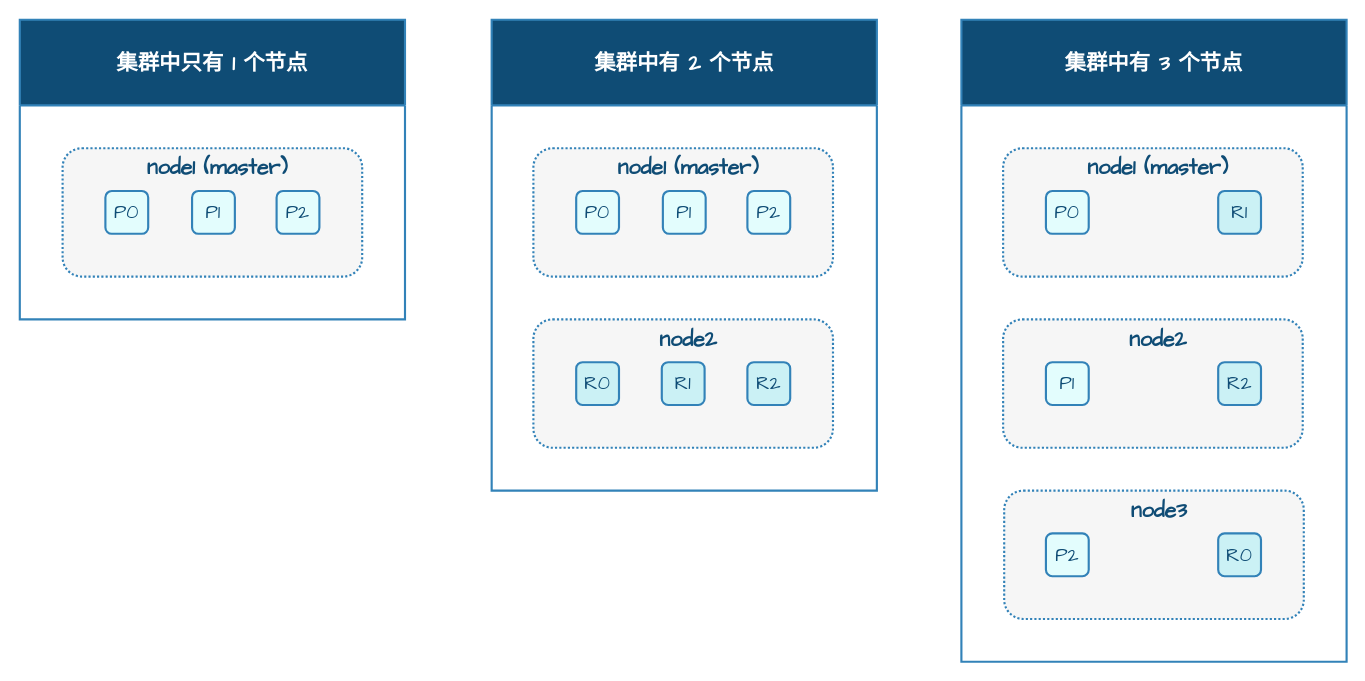
Before: page "集群增加节点" (2 of 6) of assets/数据库/搜索引擎数据库/Elasticsearch.drawio in dunwu/waterdrop, a draw.io diagram. Source tidied: cells renumbered, new cells numbered last; positions are measured from the earlier drawing's top-left corner, leaving out a move shared by most shapes. Both pictures are drawn from the tidied source at 107%, with x=0, y=0 at pixel (19, 19).
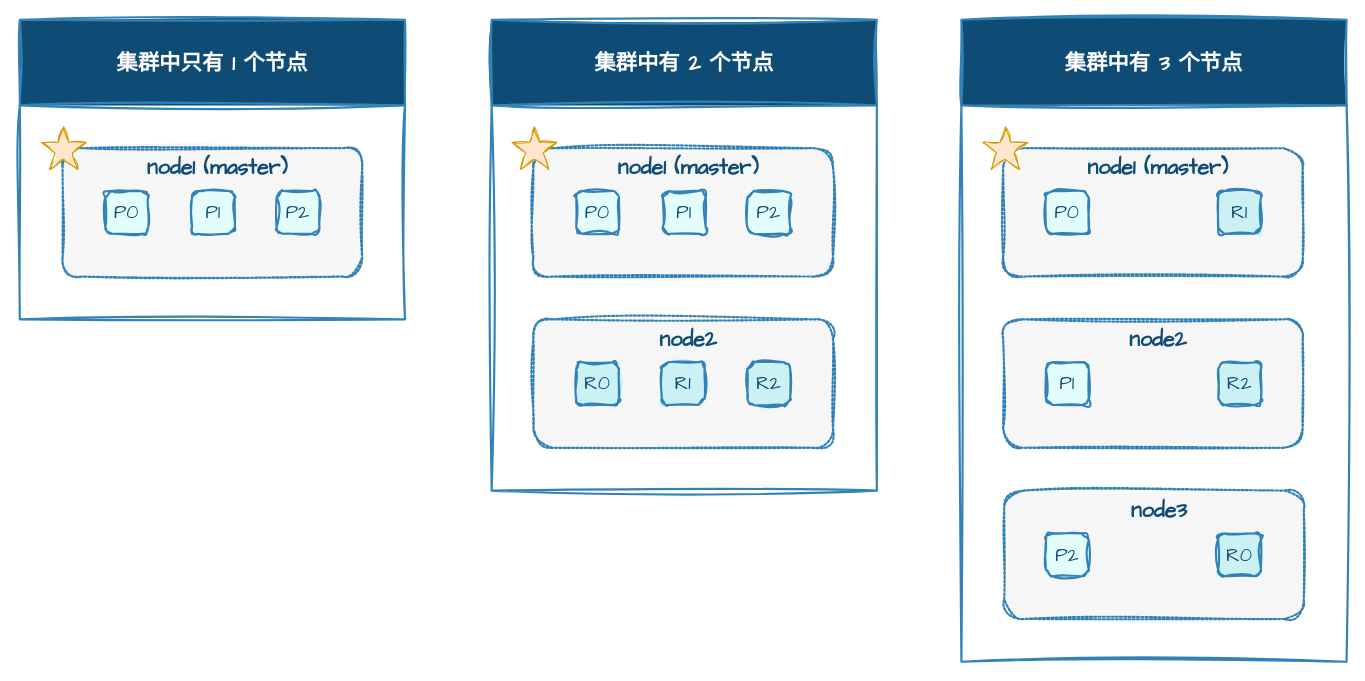
Above is the later version.

Change to the diagram source:
```diff
@@
-    <mxCell id="2" value="node2" style="rounded=1;whiteSpace=wrap;html=1;strokeColor=#3282B8;fillColor=#F6F6F6;fontFamily=Comic Sans MS;fontStyle=1;fontColor=#0F4C75;shadow=0;fontSize=20;strokeWidth=2;dashed=1;dashPattern=1 1;align=center;verticalAlign=top;spacingLeft=10;" parent="1" vertex="1">
+    <mxCell id="2" value="node2" style="rounded=1;whiteSpace=wrap;html=1;strokeColor=#3282B8;fillColor=#F6F6F6;fontFamily=Comic Sans MS;fontStyle=1;fontColor=#0F4C75;shadow=0;fontSize=20;strokeWidth=2;dashed=1;dashPattern=1 1;align=center;verticalAlign=top;spacingLeft=10;sketch=1;curveFitting=1;jiggle=2;fillStyle=solid;" parent="1" vertex="1">
       <mxGeometry x="480" y="280" width="280" height="120" as="geometry" />
     </mxCell>
-    <mxCell id="3" value="R0" style="rounded=1;whiteSpace=wrap;html=1;shadow=0;strokeColor=#3282B8;strokeWidth=2;align=center;verticalAlign=middle;spacing=20;fontFamily=Comic Sans MS;fontSize=18;fontColor=#0F4C75;fillColor=#CBF1F5;" parent="1" vertex="1">
+    <mxCell id="3" value="R0" style="rounded=1;whiteSpace=wrap;html=1;shadow=0;strokeColor=#3282B8;strokeWidth=2;align=center;verticalAlign=middle;spacing=20;fontFamily=Comic Sans MS;fontSize=18;fontColor=#0F4C75;fillColor=#CBF1F5;sketch=1;curveFitting=1;jiggle=2;fillStyle=solid;" parent="1" vertex="1">
       <mxGeometry x="520" y="320" width="40" height="40" as="geometry" />
     </mxCell>
-    <mxCell id="4" value="集群中只有 1 个节点" style="swimlane;whiteSpace=wrap;html=1;rounded=0;shadow=0;strokeColor=#3282B8;strokeWidth=2;align=center;verticalAlign=middle;fontFamily=Comic Sans MS;fontSize=20;fontColor=#FFFFFF;fillColor=#0F4C75;startSize=80;fontStyle=1;swimlaneFillColor=none;swimlaneLine=1;" parent="1" vertex="1">
+    <mxCell id="4" value="集群中只有 1 个节点" style="swimlane;whiteSpace=wrap;html=1;rounded=0;shadow=0;strokeColor=#3282B8;strokeWidth=2;align=center;verticalAlign=middle;fontFamily=Comic Sans MS;fontSize=20;fontColor=#FFFFFF;fillColor=#0F4C75;startSize=80;fontStyle=1;swimlaneFillColor=none;swimlaneLine=1;sketch=1;curveFitting=1;jiggle=2;fillStyle=solid;" parent="1" vertex="1">
       <mxGeometry width="360" height="280" as="geometry" />
     </mxCell>
-    <mxCell id="5" value="node1 (master)" style="rounded=1;whiteSpace=wrap;html=1;strokeColor=#3282B8;fillColor=#F6F6F6;fontFamily=Comic Sans MS;fontStyle=1;fontColor=#0F4C75;shadow=0;fontSize=20;strokeWidth=2;dashed=1;dashPattern=1 1;align=center;verticalAlign=top;spacingLeft=10;" parent="4" vertex="1">
+    <mxCell id="5" value="node1 (master)" style="rounded=1;whiteSpace=wrap;html=1;strokeColor=#3282B8;fillColor=#F6F6F6;fontFamily=Comic Sans MS;fontStyle=1;fontColor=#0F4C75;shadow=0;fontSize=20;strokeWidth=2;dashed=1;dashPattern=1 1;align=center;verticalAlign=top;spacingLeft=10;sketch=1;curveFitting=1;jiggle=2;fillStyle=solid;" parent="4" vertex="1">
       <mxGeometry x="40" y="120" width="280" height="120" as="geometry" />
     </mxCell>
-    <mxCell id="6" value="P0" style="rounded=1;whiteSpace=wrap;html=1;shadow=0;strokeColor=#3282B8;strokeWidth=2;align=center;verticalAlign=middle;spacing=20;fontFamily=Comic Sans MS;fontSize=18;fontColor=#0F4C75;fillColor=#E3FDFD;" parent="4" vertex="1">
+    <mxCell id="6" value="P0" style="rounded=1;whiteSpace=wrap;html=1;shadow=0;strokeColor=#3282B8;strokeWidth=2;align=center;verticalAlign=middle;spacing=20;fontFamily=Comic Sans MS;fontSize=18;fontColor=#0F4C75;fillColor=#E3FDFD;sketch=1;curveFitting=1;jiggle=2;fillStyle=solid;" parent="4" vertex="1">
       <mxGeometry x="80" y="160" width="40" height="40" as="geometry" />
     </mxCell>
-    <mxCell id="7" value="P1" style="rounded=1;whiteSpace=wrap;html=1;shadow=0;strokeColor=#3282B8;strokeWidth=2;align=center;verticalAlign=middle;spacing=20;fontFamily=Comic Sans MS;fontSize=18;fontColor=#0F4C75;fillColor=#E3FDFD;" parent="4" vertex="1">
+    <mxCell id="7" value="P1" style="rounded=1;whiteSpace=wrap;html=1;shadow=0;strokeColor=#3282B8;strokeWidth=2;align=center;verticalAlign=middle;spacing=20;fontFamily=Comic Sans MS;fontSize=18;fontColor=#0F4C75;fillColor=#E3FDFD;sketch=1;curveFitting=1;jiggle=2;fillStyle=solid;" parent="4" vertex="1">
       <mxGeometry x="161" y="160" width="40" height="40" as="geometry" />
     </mxCell>
-    <mxCell id="8" value="P2" style="rounded=1;whiteSpace=wrap;html=1;shadow=0;strokeColor=#3282B8;strokeWidth=2;align=center;verticalAlign=middle;spacing=20;fontFamily=Comic Sans MS;fontSize=18;fontColor=#0F4C75;fillColor=#E3FDFD;" parent="4" vertex="1">
+    <mxCell id="8" value="P2" style="rounded=1;whiteSpace=wrap;html=1;shadow=0;strokeColor=#3282B8;strokeWidth=2;align=center;verticalAlign=middle;spacing=20;fontFamily=Comic Sans MS;fontSize=18;fontColor=#0F4C75;fillColor=#E3FDFD;sketch=1;curveFitting=1;jiggle=2;fillStyle=solid;" parent="4" vertex="1">
       <mxGeometry x="240" y="160" width="40" height="40" as="geometry" />
     </mxCell>
+    <mxCell id="26" style="verticalLabelPosition=bottom;verticalAlign=top;html=1;shape=mxgraph.basic.star;sketch=1;hachureGap=4;jiggle=2;curveFitting=1;fontFamily=Architects Daughter;fillStyle=solid;fillColor=#ffe6cc;strokeColor=#d79b00;" parent="4" vertex="1">
+      <mxGeometry x="20" y="100" width="42.1" height="40" as="geometry" />
+    </mxCell>
-    <mxCell id="9" value="node1 (master)" style="rounded=1;whiteSpace=wrap;html=1;strokeColor=#3282B8;fillColor=#F6F6F6;fontFamily=Comic Sans MS;fontStyle=1;fontColor=#0F4C75;shadow=0;fontSize=20;strokeWidth=2;dashed=1;dashPattern=1 1;align=center;verticalAlign=top;spacingLeft=10;" parent="1" vertex="1">
+    <mxCell id="9" value="node1 (master)" style="rounded=1;whiteSpace=wrap;html=1;strokeColor=#3282B8;fillColor=#F6F6F6;fontFamily=Comic Sans MS;fontStyle=1;fontColor=#0F4C75;shadow=0;fontSize=20;strokeWidth=2;dashed=1;dashPattern=1 1;align=center;verticalAlign=top;spacingLeft=10;sketch=1;curveFitting=1;jiggle=2;fillStyle=solid;" parent="1" vertex="1">
       <mxGeometry x="480" y="120" width="280" height="120" as="geometry" />
     </mxCell>
-    <mxCell id="10" value="P0" style="rounded=1;whiteSpace=wrap;html=1;shadow=0;strokeColor=#3282B8;strokeWidth=2;align=center;verticalAlign=middle;spacing=20;fontFamily=Comic Sans MS;fontSize=18;fontColor=#0F4C75;fillColor=#E3FDFD;" parent="1" vertex="1">
+    <mxCell id="10" value="P0" style="rounded=1;whiteSpace=wrap;html=1;shadow=0;strokeColor=#3282B8;strokeWidth=2;align=center;verticalAlign=middle;spacing=20;fontFamily=Comic Sans MS;fontSize=18;fontColor=#0F4C75;fillColor=#E3FDFD;sketch=1;curveFitting=1;jiggle=2;fillStyle=solid;" parent="1" vertex="1">
       <mxGeometry x="520" y="160" width="40" height="40" as="geometry" />
     </mxCell>
-    <mxCell id="11" value="P1" style="rounded=1;whiteSpace=wrap;html=1;shadow=0;strokeColor=#3282B8;strokeWidth=2;align=center;verticalAlign=middle;spacing=20;fontFamily=Comic Sans MS;fontSize=18;fontColor=#0F4C75;fillColor=#E3FDFD;" parent="1" vertex="1">
+    <mxCell id="11" value="P1" style="rounded=1;whiteSpace=wrap;html=1;shadow=0;strokeColor=#3282B8;strokeWidth=2;align=center;verticalAlign=middle;spacing=20;fontFamily=Comic Sans MS;fontSize=18;fontColor=#0F4C75;fillColor=#E3FDFD;sketch=1;curveFitting=1;jiggle=2;fillStyle=solid;" parent="1" vertex="1">
       <mxGeometry x="601" y="160" width="40" height="40" as="geometry" />
     </mxCell>
-    <mxCell id="12" value="P2" style="rounded=1;whiteSpace=wrap;html=1;shadow=0;strokeColor=#3282B8;strokeWidth=2;align=center;verticalAlign=middle;spacing=20;fontFamily=Comic Sans MS;fontSize=18;fontColor=#0F4C75;fillColor=#E3FDFD;" parent="1" vertex="1">
+    <mxCell id="12" value="P2" style="rounded=1;whiteSpace=wrap;html=1;shadow=0;strokeColor=#3282B8;strokeWidth=2;align=center;verticalAlign=middle;spacing=20;fontFamily=Comic Sans MS;fontSize=18;fontColor=#0F4C75;fillColor=#E3FDFD;sketch=1;curveFitting=1;jiggle=2;fillStyle=solid;" parent="1" vertex="1">
       <mxGeometry x="680" y="160" width="40" height="40" as="geometry" />
     </mxCell>
-    <mxCell id="13" value="R1" style="rounded=1;whiteSpace=wrap;html=1;shadow=0;strokeColor=#3282B8;strokeWidth=2;align=center;verticalAlign=middle;spacing=20;fontFamily=Comic Sans MS;fontSize=18;fontColor=#0F4C75;fillColor=#CBF1F5;" parent="1" vertex="1">
+    <mxCell id="13" value="R1" style="rounded=1;whiteSpace=wrap;html=1;shadow=0;strokeColor=#3282B8;strokeWidth=2;align=center;verticalAlign=middle;spacing=20;fontFamily=Comic Sans MS;fontSize=18;fontColor=#0F4C75;fillColor=#CBF1F5;sketch=1;curveFitting=1;jiggle=2;fillStyle=solid;" parent="1" vertex="1">
       <mxGeometry x="600" y="320" width="40" height="40" as="geometry" />
     </mxCell>
-    <mxCell id="14" value="R2" style="rounded=1;whiteSpace=wrap;html=1;shadow=0;strokeColor=#3282B8;strokeWidth=2;align=center;verticalAlign=middle;spacing=20;fontFamily=Comic Sans MS;fontSize=18;fontColor=#0F4C75;fillColor=#CBF1F5;" parent="1" vertex="1">
+    <mxCell id="14" value="R2" style="rounded=1;whiteSpace=wrap;html=1;shadow=0;strokeColor=#3282B8;strokeWidth=2;align=center;verticalAlign=middle;spacing=20;fontFamily=Comic Sans MS;fontSize=18;fontColor=#0F4C75;fillColor=#CBF1F5;sketch=1;curveFitting=1;jiggle=2;fillStyle=solid;" parent="1" vertex="1">
       <mxGeometry x="680" y="320" width="40" height="40" as="geometry" />
     </mxCell>
-    <mxCell id="15" value="集群中有 2 个节点" style="swimlane;whiteSpace=wrap;html=1;rounded=0;shadow=0;strokeColor=#3282B8;strokeWidth=2;align=center;verticalAlign=middle;fontFamily=Comic Sans MS;fontSize=20;fontColor=#FFFFFF;fillColor=#0F4C75;startSize=80;fontStyle=1;swimlaneFillColor=none;swimlaneLine=1;" parent="1" vertex="1">
+    <mxCell id="15" value="集群中有 2 个节点" style="swimlane;whiteSpace=wrap;html=1;rounded=0;shadow=0;strokeColor=#3282B8;strokeWidth=2;align=center;verticalAlign=middle;fontFamily=Comic Sans MS;fontSize=20;fontColor=#FFFFFF;fillColor=#0F4C75;startSize=80;fontStyle=1;swimlaneFillColor=none;swimlaneLine=1;sketch=1;curveFitting=1;jiggle=2;fillStyle=solid;" parent="1" vertex="1">
       <mxGeometry x="441" width="360" height="440" as="geometry" />
     </mxCell>
+    <mxCell id="27" style="verticalLabelPosition=bottom;verticalAlign=top;html=1;shape=mxgraph.basic.star;sketch=1;hachureGap=4;jiggle=2;curveFitting=1;fontFamily=Architects Daughter;fillStyle=solid;fillColor=#ffe6cc;strokeColor=#d79b00;" parent="15" vertex="1">
+      <mxGeometry x="19" y="100" width="42.1" height="40" as="geometry" />
+    </mxCell>
-    <mxCell id="16" value="node2" style="rounded=1;whiteSpace=wrap;html=1;strokeColor=#3282B8;fillColor=#F6F6F6;fontFamily=Comic Sans MS;fontStyle=1;fontColor=#0F4C75;shadow=0;fontSize=20;strokeWidth=2;dashed=1;dashPattern=1 1;align=center;verticalAlign=top;spacingLeft=10;" parent="1" vertex="1">
+    <mxCell id="16" value="node2" style="rounded=1;whiteSpace=wrap;html=1;strokeColor=#3282B8;fillColor=#F6F6F6;fontFamily=Comic Sans MS;fontStyle=1;fontColor=#0F4C75;shadow=0;fontSize=20;strokeWidth=2;dashed=1;dashPattern=1 1;align=center;verticalAlign=top;spacingLeft=10;sketch=1;curveFitting=1;jiggle=2;fillStyle=solid;" parent="1" vertex="1">
       <mxGeometry x="919" y="280" width="280" height="120" as="geometry" />
     </mxCell>
-    <mxCell id="17" value="node1 (master)" style="rounded=1;whiteSpace=wrap;html=1;strokeColor=#3282B8;fillColor=#F6F6F6;fontFamily=Comic Sans MS;fontStyle=1;fontColor=#0F4C75;shadow=0;fontSize=20;strokeWidth=2;dashed=1;dashPattern=1 1;align=center;verticalAlign=top;spacingLeft=10;" parent="1" vertex="1">
+    <mxCell id="17" value="node1 (master)" style="rounded=1;whiteSpace=wrap;html=1;strokeColor=#3282B8;fillColor=#F6F6F6;fontFamily=Comic Sans MS;fontStyle=1;fontColor=#0F4C75;shadow=0;fontSize=20;strokeWidth=2;dashed=1;dashPattern=1 1;align=center;verticalAlign=top;spacingLeft=10;sketch=1;curveFitting=1;jiggle=2;fillStyle=solid;" parent="1" vertex="1">
       <mxGeometry x="919" y="120" width="280" height="120" as="geometry" />
     </mxCell>
-    <mxCell id="18" value="P0" style="rounded=1;whiteSpace=wrap;html=1;shadow=0;strokeColor=#3282B8;strokeWidth=2;align=center;verticalAlign=middle;spacing=20;fontFamily=Comic Sans MS;fontSize=18;fontColor=#0F4C75;fillColor=#E3FDFD;" parent="1" vertex="1">
+    <mxCell id="18" value="P0" style="rounded=1;whiteSpace=wrap;html=1;shadow=0;strokeColor=#3282B8;strokeWidth=2;align=center;verticalAlign=middle;spacing=20;fontFamily=Comic Sans MS;fontSize=18;fontColor=#0F4C75;fillColor=#E3FDFD;sketch=1;curveFitting=1;jiggle=2;fillStyle=solid;" parent="1" vertex="1">
       <mxGeometry x="959" y="160" width="40" height="40" as="geometry" />
     </mxCell>
-    <mxCell id="19" value="集群中有 3 个节点" style="swimlane;whiteSpace=wrap;html=1;rounded=0;shadow=0;strokeColor=#3282B8;strokeWidth=2;align=center;verticalAlign=middle;fontFamily=Comic Sans MS;fontSize=20;fontColor=#FFFFFF;fillColor=#0F4C75;startSize=80;fontStyle=1;swimlaneFillColor=none;swimlaneLine=1;" parent="1" vertex="1">
+    <mxCell id="19" value="集群中有 3 个节点" style="swimlane;whiteSpace=wrap;html=1;rounded=0;shadow=0;strokeColor=#3282B8;strokeWidth=2;align=center;verticalAlign=middle;fontFamily=Comic Sans MS;fontSize=20;fontColor=#FFFFFF;fillColor=#0F4C75;startSize=80;fontStyle=1;swimlaneFillColor=none;swimlaneLine=1;sketch=1;curveFitting=1;jiggle=2;fillStyle=solid;" parent="1" vertex="1">
       <mxGeometry x="880" width="360" height="600" as="geometry" />
     </mxCell>
-    <mxCell id="20" value="node3" style="rounded=1;whiteSpace=wrap;html=1;strokeColor=#3282B8;fillColor=#F6F6F6;fontFamily=Comic Sans MS;fontStyle=1;fontColor=#0F4C75;shadow=0;fontSize=20;strokeWidth=2;dashed=1;dashPattern=1 1;align=center;verticalAlign=top;spacingLeft=10;" parent="19" vertex="1">
+    <mxCell id="20" value="node3" style="rounded=1;whiteSpace=wrap;html=1;strokeColor=#3282B8;fillColor=#F6F6F6;fontFamily=Comic Sans MS;fontStyle=1;fontColor=#0F4C75;shadow=0;fontSize=20;strokeWidth=2;dashed=1;dashPattern=1 1;align=center;verticalAlign=top;spacingLeft=10;sketch=1;curveFitting=1;jiggle=2;fillStyle=solid;" parent="19" vertex="1">
       <mxGeometry x="40" y="440" width="280" height="120" as="geometry" />
     </mxCell>
-    <mxCell id="21" value="P1" style="rounded=1;whiteSpace=wrap;html=1;shadow=0;strokeColor=#3282B8;strokeWidth=2;align=center;verticalAlign=middle;spacing=20;fontFamily=Comic Sans MS;fontSize=18;fontColor=#0F4C75;fillColor=#E3FDFD;" parent="19" vertex="1">
+    <mxCell id="21" value="P1" style="rounded=1;whiteSpace=wrap;html=1;shadow=0;strokeColor=#3282B8;strokeWidth=2;align=center;verticalAlign=middle;spacing=20;fontFamily=Comic Sans MS;fontSize=18;fontColor=#0F4C75;fillColor=#E3FDFD;sketch=1;curveFitting=1;jiggle=2;fillStyle=solid;" parent="19" vertex="1">
       <mxGeometry x="79" y="320" width="40" height="40" as="geometry" />
     </mxCell>
-    <mxCell id="22" value="P2" style="rounded=1;whiteSpace=wrap;html=1;shadow=0;strokeColor=#3282B8;strokeWidth=2;align=center;verticalAlign=middle;spacing=20;fontFamily=Comic Sans MS;fontSize=18;fontColor=#0F4C75;fillColor=#E3FDFD;" parent="19" vertex="1">
+    <mxCell id="22" value="P2" style="rounded=1;whiteSpace=wrap;html=1;shadow=0;strokeColor=#3282B8;strokeWidth=2;align=center;verticalAlign=middle;spacing=20;fontFamily=Comic Sans MS;fontSize=18;fontColor=#0F4C75;fillColor=#E3FDFD;sketch=1;curveFitting=1;jiggle=2;fillStyle=solid;" parent="19" vertex="1">
       <mxGeometry x="79" y="480" width="40" height="40" as="geometry" />
     </mxCell>
-    <mxCell id="23" value="R1" style="rounded=1;whiteSpace=wrap;html=1;shadow=0;strokeColor=#3282B8;strokeWidth=2;align=center;verticalAlign=middle;spacing=20;fontFamily=Comic Sans MS;fontSize=18;fontColor=#0F4C75;fillColor=#CBF1F5;" parent="19" vertex="1">
+    <mxCell id="23" value="R1" style="rounded=1;whiteSpace=wrap;html=1;shadow=0;strokeColor=#3282B8;strokeWidth=2;align=center;verticalAlign=middle;spacing=20;fontFamily=Comic Sans MS;fontSize=18;fontColor=#0F4C75;fillColor=#CBF1F5;sketch=1;curveFitting=1;jiggle=2;fillStyle=solid;" parent="19" vertex="1">
       <mxGeometry x="240" y="160" width="40" height="40" as="geometry" />
     </mxCell>
-    <mxCell id="24" value="R2" style="rounded=1;whiteSpace=wrap;html=1;shadow=0;strokeColor=#3282B8;strokeWidth=2;align=center;verticalAlign=middle;spacing=20;fontFamily=Comic Sans MS;fontSize=18;fontColor=#0F4C75;fillColor=#CBF1F5;" parent="19" vertex="1">
+    <mxCell id="24" value="R2" style="rounded=1;whiteSpace=wrap;html=1;shadow=0;strokeColor=#3282B8;strokeWidth=2;align=center;verticalAlign=middle;spacing=20;fontFamily=Comic Sans MS;fontSize=18;fontColor=#0F4C75;fillColor=#CBF1F5;sketch=1;curveFitting=1;jiggle=2;fillStyle=solid;" parent="19" vertex="1">
       <mxGeometry x="240" y="320" width="40" height="40" as="geometry" />
     </mxCell>
-    <mxCell id="25" value="R0" style="rounded=1;whiteSpace=wrap;html=1;shadow=0;strokeColor=#3282B8;strokeWidth=2;align=center;verticalAlign=middle;spacing=20;fontFamily=Comic Sans MS;fontSize=18;fontColor=#0F4C75;fillColor=#CBF1F5;" parent="19" vertex="1">
+    <mxCell id="25" value="R0" style="rounded=1;whiteSpace=wrap;html=1;shadow=0;strokeColor=#3282B8;strokeWidth=2;align=center;verticalAlign=middle;spacing=20;fontFamily=Comic Sans MS;fontSize=18;fontColor=#0F4C75;fillColor=#CBF1F5;sketch=1;curveFitting=1;jiggle=2;fillStyle=solid;" parent="19" vertex="1">
       <mxGeometry x="240" y="480" width="40" height="40" as="geometry" />
     </mxCell>
+    <mxCell id="28" style="verticalLabelPosition=bottom;verticalAlign=top;html=1;shape=mxgraph.basic.star;sketch=1;hachureGap=4;jiggle=2;curveFitting=1;fontFamily=Architects Daughter;fillStyle=solid;fillColor=#ffe6cc;strokeColor=#d79b00;" parent="19" vertex="1">
+      <mxGeometry x="20" y="100" width="42.1" height="40" as="geometry" />
+    </mxCell>
```
